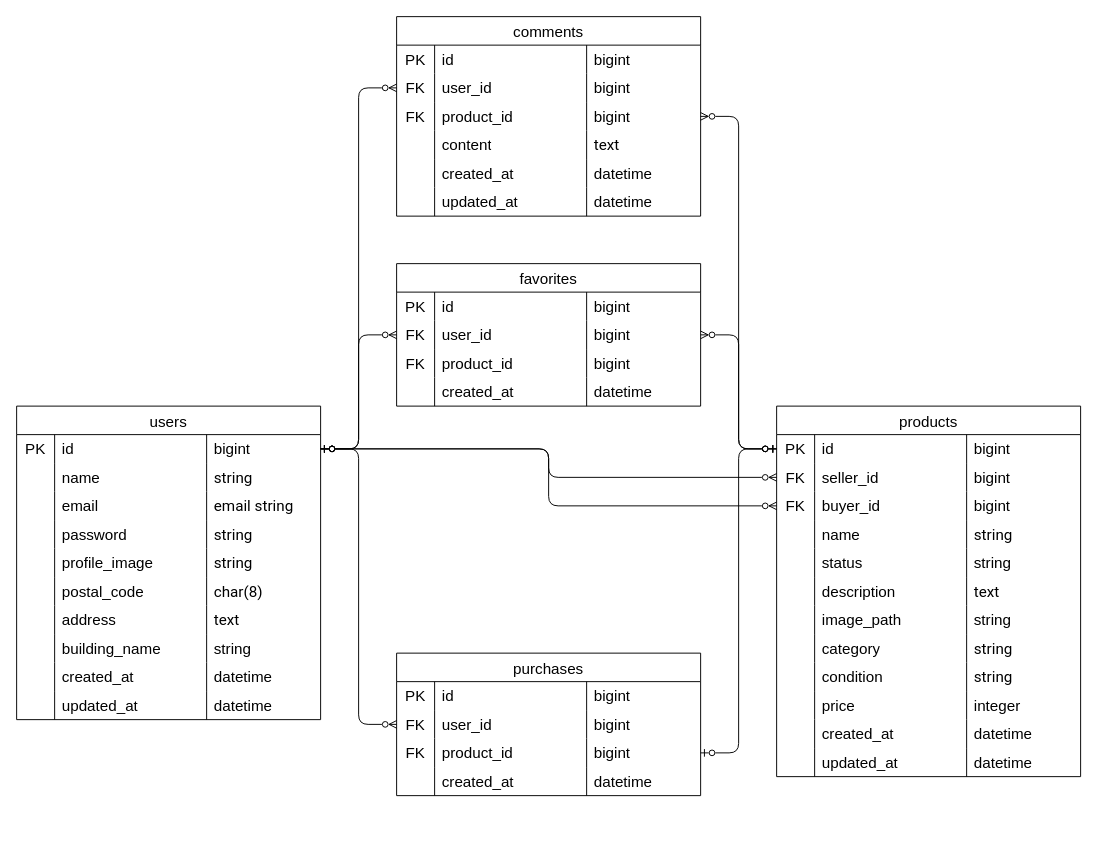
Above: page "ページ2" (1 of 2) of .dio in sub-law/mock-project-01-develop (draw.io), before the change. Source tidied: cells renumbered, new cells numbered last; positions are measured from the earlier drawing's top-left corner, leaving out a move shared by most shapes. Both pictures are drawn from the tidied source at 95%, with x=0, y=0 at pixel (16, 16).
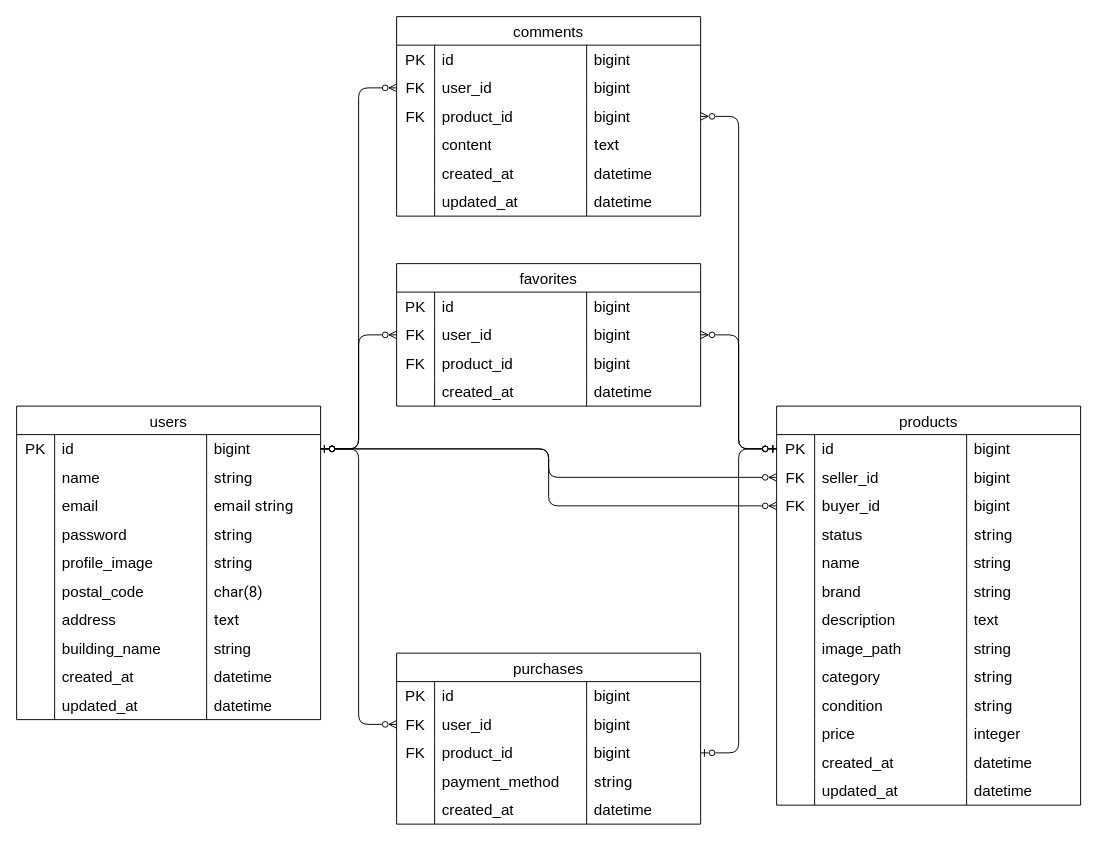
After the change.

The change refers to these unchanged cells:
```xml
<mxCell id="98" style="shape=tableRow;horizontal=0;startSize=0;swimlaneHead=0;swimlaneBody=0;top=0;left=0;bottom=0;right=0;fillColor=none;strokeColor=inherit;fontSize=16;" parent="85" vertex="1">
  <mxGeometry y="120" width="320" height="30" as="geometry" />
</mxCell>
<mxCell id="102" style="shape=tableRow;horizontal=0;startSize=0;swimlaneHead=0;swimlaneBody=0;top=0;left=0;bottom=0;right=0;fillColor=none;strokeColor=inherit;fontSize=16;" parent="85" vertex="1">
  <mxGeometry y="150" width="320" height="30" as="geometry" />
</mxCell>
<mxCell id="106" style="shape=tableRow;horizontal=0;startSize=0;swimlaneHead=0;swimlaneBody=0;top=0;left=0;bottom=0;right=0;fillColor=none;strokeColor=inherit;fontSize=16;" parent="85" vertex="1">
  <mxGeometry y="180" width="320" height="30" as="geometry" />
</mxCell>
<mxCell id="110" style="shape=tableRow;horizontal=0;startSize=0;swimlaneHead=0;swimlaneBody=0;top=0;left=0;bottom=0;right=0;fillColor=none;strokeColor=inherit;fontSize=16;" parent="85" vertex="1">
  <mxGeometry y="210" width="320" height="30" as="geometry" />
</mxCell>
<mxCell id="153" style="shape=tableRow;horizontal=0;startSize=0;swimlaneHead=0;swimlaneBody=0;top=0;left=0;bottom=0;right=0;fillColor=none;strokeColor=inherit;fontSize=16;" parent="140" vertex="1">
  <mxGeometry y="120" width="320" height="30" as="geometry" />
</mxCell>
```

Diff of the diagram source:
```diff
@@
     <mxCell id="85" value="products" style="shape=table;startSize=30;childLayout=tableLayout;rowLines=0;fontStyle=0;strokeColor=default;fontSize=16;" parent="1" vertex="1">
-      <mxGeometry x="800" y="410" width="320" height="390" as="geometry" />
+      <mxGeometry x="800" y="410" width="320" height="420" as="geometry" />
     </mxCell>
@@
-    <mxCell id="100" value="&lt;span style=&quot;color: rgb(0, 0, 0); font-family: Arial;&quot;&gt;name&lt;/span&gt;" style="shape=partialRectangle;html=1;whiteSpace=wrap;fillColor=none;top=0;left=0;bottom=0;right=0;align=left;spacingLeft=6;overflow=hidden;strokeColor=inherit;fontSize=16;" parent="98" vertex="1">
+    <mxCell id="100" value="&lt;span style=&quot;color: rgb(0, 0, 0); font-family: Arial;&quot;&gt;status&lt;/span&gt;" style="shape=partialRectangle;html=1;whiteSpace=wrap;fillColor=none;top=0;left=0;bottom=0;right=0;align=left;spacingLeft=6;overflow=hidden;strokeColor=inherit;fontSize=16;" parent="98" vertex="1">
       <mxGeometry x="40" width="160" height="30" as="geometry" />
     </mxCell>
@@
-    <mxCell id="104" value="status" style="shape=partialRectangle;html=1;whiteSpace=wrap;fillColor=none;top=0;left=0;bottom=0;right=0;align=left;spacingLeft=6;overflow=hidden;strokeColor=inherit;fontSize=16;" parent="102" vertex="1">
+    <mxCell id="104" value="name" style="shape=partialRectangle;html=1;whiteSpace=wrap;fillColor=none;top=0;left=0;bottom=0;right=0;align=left;spacingLeft=6;overflow=hidden;strokeColor=inherit;fontSize=16;" parent="102" vertex="1">
       <mxGeometry x="40" width="160" height="30" as="geometry" />
     </mxCell>
@@
-    <mxCell id="108" value="&lt;span style=&quot;color: rgb(0, 0, 0); font-family: Arial;&quot;&gt;description&lt;/span&gt;" style="shape=partialRectangle;html=1;whiteSpace=wrap;fillColor=none;top=0;left=0;bottom=0;right=0;align=left;spacingLeft=6;overflow=hidden;strokeColor=inherit;fontSize=16;" parent="106" vertex="1">
+    <mxCell id="108" value="&lt;span style=&quot;color: rgb(0, 0, 0); font-family: Arial;&quot;&gt;brand&lt;/span&gt;" style="shape=partialRectangle;html=1;whiteSpace=wrap;fillColor=none;top=0;left=0;bottom=0;right=0;align=left;spacingLeft=6;overflow=hidden;strokeColor=inherit;fontSize=16;" parent="106" vertex="1">
       <mxGeometry x="40" width="160" height="30" as="geometry" />
     </mxCell>
-    <mxCell id="109" value="&lt;span style=&quot;color: rgb(0, 0, 0); font-family: Roboto, Arial;&quot;&gt;text&lt;/span&gt;" style="shape=partialRectangle;html=1;whiteSpace=wrap;fillColor=none;top=0;left=0;bottom=0;right=0;align=left;spacingLeft=6;overflow=hidden;strokeColor=inherit;fontSize=16;" parent="106" vertex="1">
+    <mxCell id="109" value="string" style="shape=partialRectangle;html=1;whiteSpace=wrap;fillColor=none;top=0;left=0;bottom=0;right=0;align=left;spacingLeft=6;overflow=hidden;strokeColor=inherit;fontSize=16;" parent="106" vertex="1">
       <mxGeometry x="200" width="120" height="30" as="geometry" />
     </mxCell>
@@
-    <mxCell id="112" value="&lt;span style=&quot;color: rgb(0, 0, 0); font-family: Arial;&quot;&gt;image_path&lt;/span&gt;" style="shape=partialRectangle;html=1;whiteSpace=wrap;fillColor=none;top=0;left=0;bottom=0;right=0;align=left;spacingLeft=6;overflow=hidden;strokeColor=inherit;fontSize=16;" parent="110" vertex="1">
+    <mxCell id="112" value="&lt;span style=&quot;color: rgb(0, 0, 0); font-family: Arial;&quot;&gt;description&lt;/span&gt;" style="shape=partialRectangle;html=1;whiteSpace=wrap;fillColor=none;top=0;left=0;bottom=0;right=0;align=left;spacingLeft=6;overflow=hidden;strokeColor=inherit;fontSize=16;" parent="110" vertex="1">
       <mxGeometry x="40" width="160" height="30" as="geometry" />
     </mxCell>
-    <mxCell id="113" value="string" style="shape=partialRectangle;html=1;whiteSpace=wrap;fillColor=none;top=0;left=0;bottom=0;right=0;align=left;spacingLeft=6;overflow=hidden;strokeColor=inherit;fontSize=16;" parent="110" vertex="1">
+    <mxCell id="113" value="text" style="shape=partialRectangle;html=1;whiteSpace=wrap;fillColor=none;top=0;left=0;bottom=0;right=0;align=left;spacingLeft=6;overflow=hidden;strokeColor=inherit;fontSize=16;" parent="110" vertex="1">
       <mxGeometry x="200" width="120" height="30" as="geometry" />
     </mxCell>
+    <mxCell id="159" style="shape=tableRow;horizontal=0;startSize=0;swimlaneHead=0;swimlaneBody=0;top=0;left=0;bottom=0;right=0;fillColor=none;strokeColor=inherit;fontSize=16;" parent="85" vertex="1">
+      <mxGeometry y="240" width="320" height="30" as="geometry" />
+    </mxCell>
+    <mxCell id="160" style="shape=partialRectangle;html=1;whiteSpace=wrap;fillColor=none;top=0;left=0;bottom=0;right=0;overflow=hidden;strokeColor=inherit;fontSize=16;" parent="159" vertex="1">
+      <mxGeometry width="40" height="30" as="geometry" />
+    </mxCell>
+    <mxCell id="161" value="image_path" style="shape=partialRectangle;html=1;whiteSpace=wrap;fillColor=none;top=0;left=0;bottom=0;right=0;align=left;spacingLeft=6;overflow=hidden;strokeColor=inherit;fontSize=16;" parent="159" vertex="1">
+      <mxGeometry x="40" width="160" height="30" as="geometry" />
+    </mxCell>
+    <mxCell id="162" value="string" style="shape=partialRectangle;html=1;whiteSpace=wrap;fillColor=none;top=0;left=0;bottom=0;right=0;align=left;spacingLeft=6;overflow=hidden;strokeColor=inherit;fontSize=16;" parent="159" vertex="1">
+      <mxGeometry x="200" width="120" height="30" as="geometry" />
+    </mxCell>
     <mxCell id="114" style="shape=tableRow;horizontal=0;startSize=0;swimlaneHead=0;swimlaneBody=0;top=0;left=0;bottom=0;right=0;fillColor=none;strokeColor=inherit;fontSize=16;" parent="85" vertex="1">
-      <mxGeometry y="240" width="320" height="30" as="geometry" />
+      <mxGeometry y="270" width="320" height="30" as="geometry" />
     </mxCell>
@@
     <mxCell id="118" style="shape=tableRow;horizontal=0;startSize=0;swimlaneHead=0;swimlaneBody=0;top=0;left=0;bottom=0;right=0;fillColor=none;strokeColor=inherit;fontSize=16;" parent="85" vertex="1">
-      <mxGeometry y="270" width="320" height="30" as="geometry" />
+      <mxGeometry y="300" width="320" height="30" as="geometry" />
     </mxCell>
@@
     <mxCell id="122" style="shape=tableRow;horizontal=0;startSize=0;swimlaneHead=0;swimlaneBody=0;top=0;left=0;bottom=0;right=0;fillColor=none;strokeColor=inherit;fontSize=16;" parent="85" vertex="1">
-      <mxGeometry y="300" width="320" height="30" as="geometry" />
+      <mxGeometry y="330" width="320" height="30" as="geometry" />
     </mxCell>
@@
     <mxCell id="126" style="shape=tableRow;horizontal=0;startSize=0;swimlaneHead=0;swimlaneBody=0;top=0;left=0;bottom=0;right=0;fillColor=none;strokeColor=inherit;fontSize=16;" parent="85" vertex="1">
-      <mxGeometry y="330" width="320" height="30" as="geometry" />
+      <mxGeometry y="360" width="320" height="30" as="geometry" />
     </mxCell>
@@
     <mxCell id="130" style="shape=tableRow;horizontal=0;startSize=0;swimlaneHead=0;swimlaneBody=0;top=0;left=0;bottom=0;right=0;fillColor=none;strokeColor=inherit;fontSize=16;" parent="85" vertex="1">
-      <mxGeometry y="360" width="320" height="30" as="geometry" />
+      <mxGeometry y="390" width="320" height="30" as="geometry" />
     </mxCell>
@@
     <mxCell id="140" value="purchases" style="shape=table;startSize=30;childLayout=tableLayout;rowLines=0;fontStyle=0;strokeColor=default;fontSize=16;" parent="1" vertex="1">
-      <mxGeometry x="400" y="670" width="320" height="150" as="geometry" />
+      <mxGeometry x="400" y="670" width="320" height="180" as="geometry" />
     </mxCell>
@@
-    <mxCell id="155" value="&lt;span style=&quot;color: rgb(0, 0, 0); font-family: Arial;&quot;&gt;created_at&lt;/span&gt;" style="shape=partialRectangle;html=1;whiteSpace=wrap;fillColor=none;top=0;left=0;bottom=0;right=0;align=left;spacingLeft=6;overflow=hidden;strokeColor=inherit;fontSize=16;" parent="153" vertex="1">
+    <mxCell id="155" value="&lt;span style=&quot;color: rgb(0, 0, 0); font-family: Arial;&quot;&gt;payment_method&lt;/span&gt;" style="shape=partialRectangle;html=1;whiteSpace=wrap;fillColor=none;top=0;left=0;bottom=0;right=0;align=left;spacingLeft=6;overflow=hidden;strokeColor=inherit;fontSize=16;" parent="153" vertex="1">
       <mxGeometry x="40" width="160" height="30" as="geometry" />
     </mxCell>
-    <mxCell id="156" value="&lt;span style=&quot;color: rgb(0, 0, 0); font-family: Arial;&quot;&gt;datetime&lt;/span&gt;" style="shape=partialRectangle;html=1;whiteSpace=wrap;fillColor=none;top=0;left=0;bottom=0;right=0;align=left;spacingLeft=6;overflow=hidden;strokeColor=inherit;fontSize=16;" parent="153" vertex="1">
+    <mxCell id="156" value="&lt;span style=&quot;color: rgb(0, 0, 0); font-family: Roboto, Arial;&quot;&gt;string&lt;/span&gt;" style="shape=partialRectangle;html=1;whiteSpace=wrap;fillColor=none;top=0;left=0;bottom=0;right=0;align=left;spacingLeft=6;overflow=hidden;strokeColor=inherit;fontSize=16;" parent="153" vertex="1">
       <mxGeometry x="200" width="120" height="30" as="geometry" />
     </mxCell>
+    <mxCell id="163" style="shape=tableRow;horizontal=0;startSize=0;swimlaneHead=0;swimlaneBody=0;top=0;left=0;bottom=0;right=0;fillColor=none;strokeColor=inherit;fontSize=16;" parent="140" vertex="1">
+      <mxGeometry y="150" width="320" height="30" as="geometry" />
+    </mxCell>
+    <mxCell id="164" style="shape=partialRectangle;html=1;whiteSpace=wrap;fillColor=none;top=0;left=0;bottom=0;right=0;overflow=hidden;strokeColor=inherit;fontSize=16;" parent="163" vertex="1">
+      <mxGeometry width="40" height="30" as="geometry" />
+    </mxCell>
+    <mxCell id="165" value="&lt;span style=&quot;color: rgb(0, 0, 0); font-family: Arial;&quot;&gt;created_at&lt;/span&gt;" style="shape=partialRectangle;html=1;whiteSpace=wrap;fillColor=none;top=0;left=0;bottom=0;right=0;align=left;spacingLeft=6;overflow=hidden;strokeColor=inherit;fontSize=16;" parent="163" vertex="1">
+      <mxGeometry x="40" width="160" height="30" as="geometry" />
+    </mxCell>
+    <mxCell id="166" value="&lt;span style=&quot;color: rgb(0, 0, 0); font-family: Arial;&quot;&gt;datetime&lt;/span&gt;" style="shape=partialRectangle;html=1;whiteSpace=wrap;fillColor=none;top=0;left=0;bottom=0;right=0;align=left;spacingLeft=6;overflow=hidden;strokeColor=inherit;fontSize=16;" parent="163" vertex="1">
+      <mxGeometry x="200" width="120" height="30" as="geometry" />
+    </mxCell>
```
